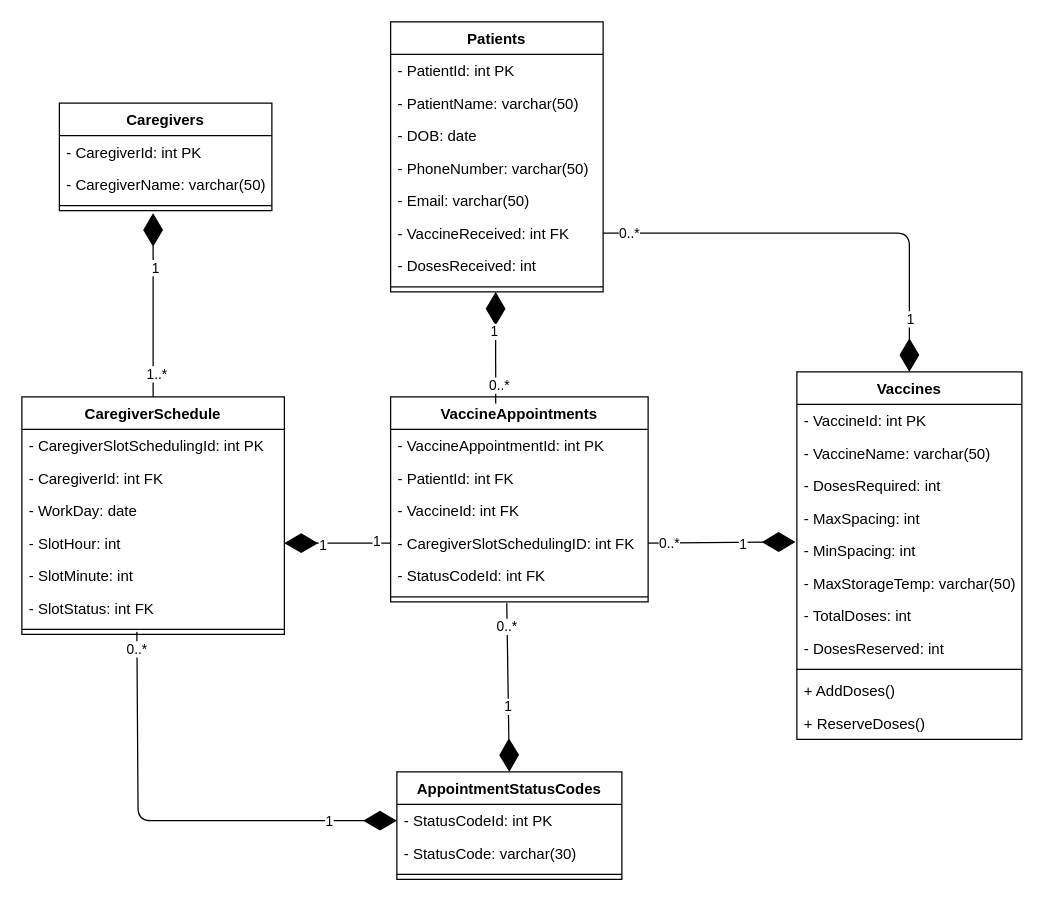
This is hw5_week1_uml.drawio from nriggio/CSED514-hw5-part1-init, a draw.io file, before an edit. Source tidied: cells renumbered, new cells numbered last; positions are measured from the earlier drawing's top-left corner, leaving out a move shared by most shapes. Both pictures are drawn from the tidied source at 125%, with x=0, y=0 at pixel (21, 21).
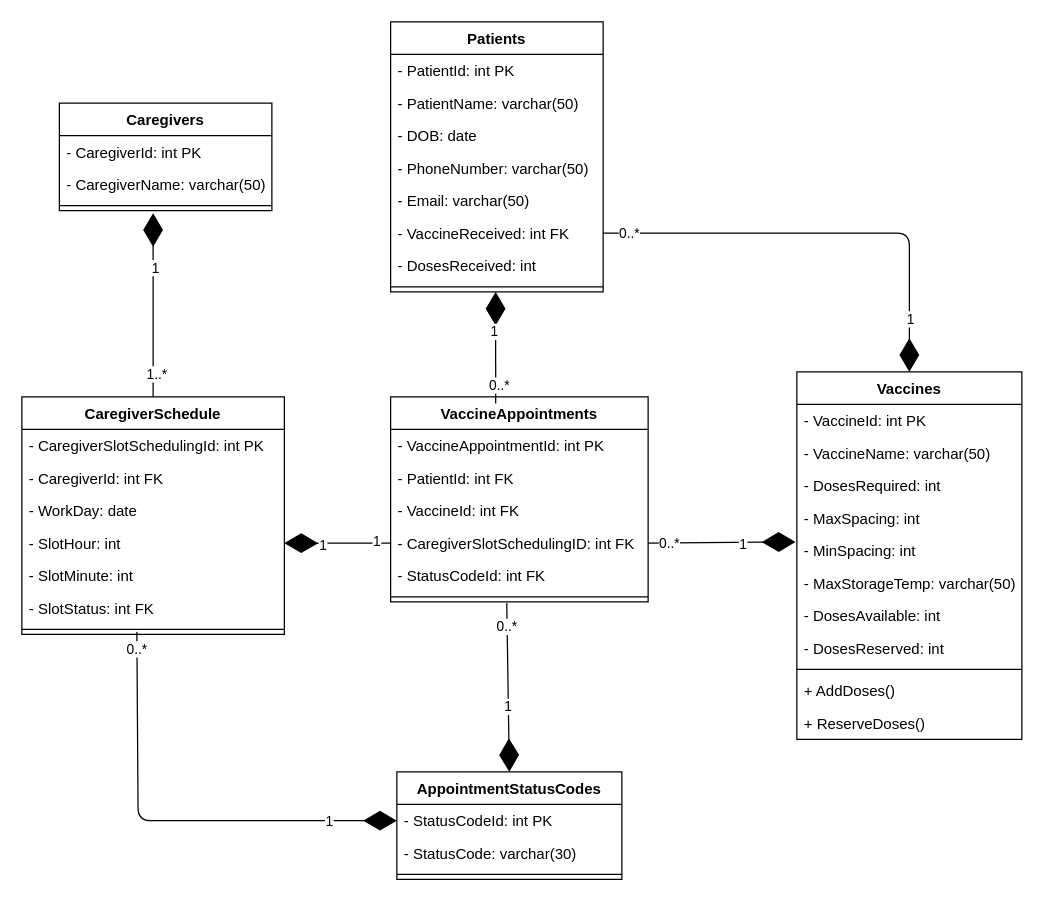
After the change.

The change refers to these unchanged cells:
```xml
<mxCell id="34" value="Vaccines" style="swimlane;fontStyle=1;align=center;verticalAlign=top;horizontal=1;startSize=26;" parent="1" vertex="1">
  <mxGeometry x="620" y="280" width="180" height="294" as="geometry" />
</mxCell>
```

The edit, as a diff of the source:
```diff
@@
-    <mxCell id="41" value="- TotalDoses: int" style="text;align=left;verticalAlign=top;spacingLeft=4;spacingRight=4;overflow=hidden;" parent="34" vertex="1">
+    <mxCell id="41" value="- DosesAvailable: int" style="text;align=left;verticalAlign=top;spacingLeft=4;spacingRight=4;overflow=hidden;" parent="34" vertex="1">
       <mxGeometry y="182" width="180" height="26" as="geometry" />
     </mxCell>
```
